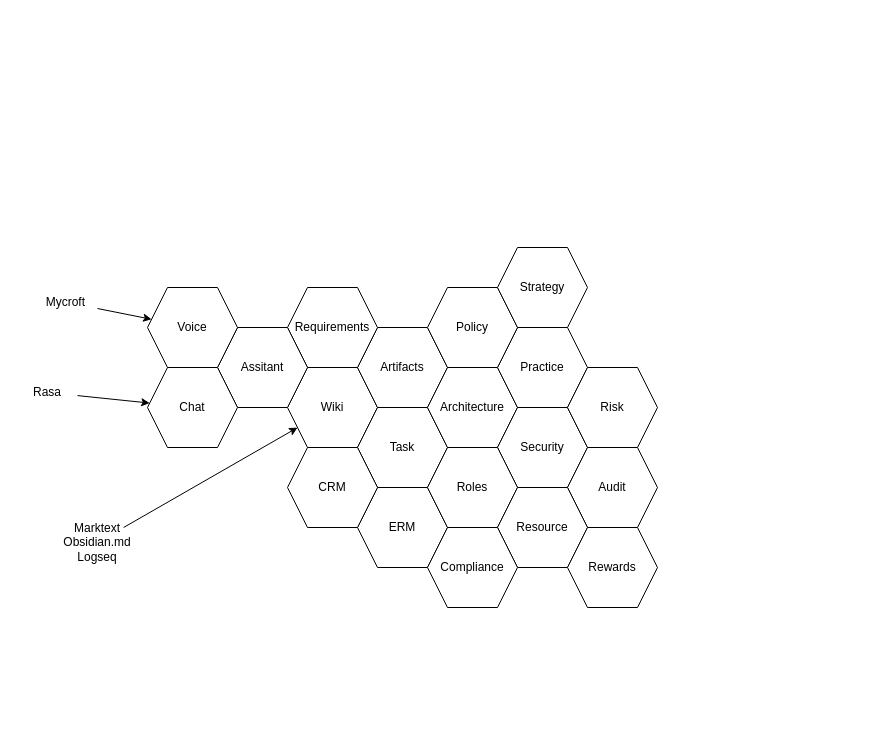
Earlier version of the draw.io diagram page "Current State" (2 of 2) of _gxp/diagrams/GXP-Experiences.drawio (governance-foundation/governance.foundation). Source tidied: cells renumbered, new cells numbered last; positions are measured from the earlier drawing's top-left corner, leaving out a move shared by most shapes. Both pictures are drawn from the tidied source at 100%, with x=0, y=0 at pixel (17, 247).
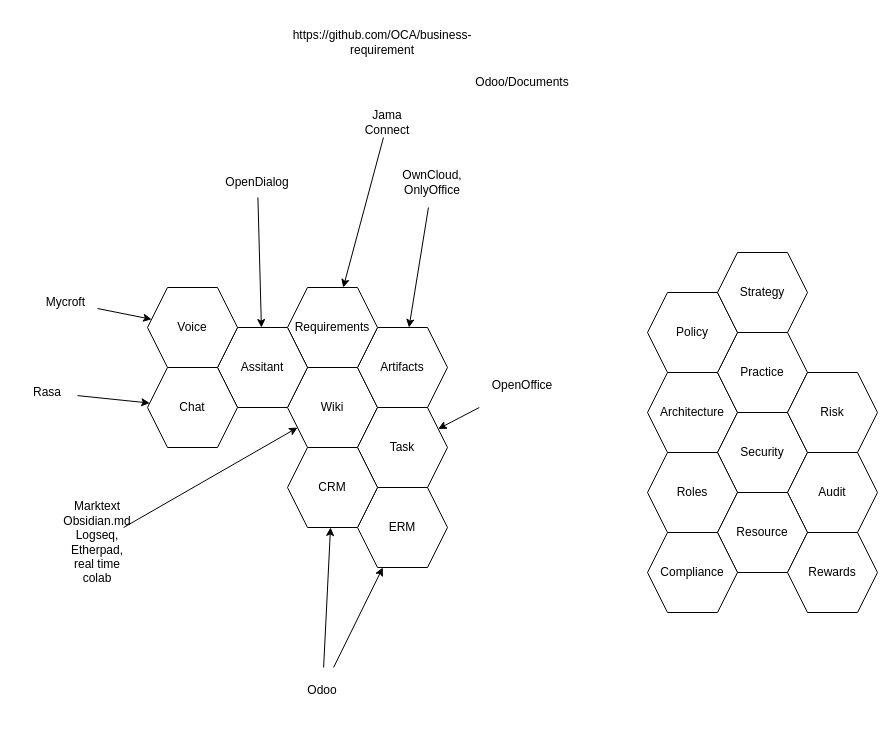
After the change.

Unchanged cells that the change refers to:
```xml
<mxCell id="3" value="Task" style="shape=hexagon;perimeter=hexagonPerimeter2;whiteSpace=wrap;html=1;fixedSize=1;" parent="1" vertex="1">
  <mxGeometry x="340" y="160" width="90" height="80" as="geometry" />
</mxCell>
<mxCell id="4" value="Artifacts" style="shape=hexagon;perimeter=hexagonPerimeter2;whiteSpace=wrap;html=1;fixedSize=1;" parent="1" vertex="1">
  <mxGeometry x="340" y="80" width="90" height="80" as="geometry" />
</mxCell>
<mxCell id="7" value="ERM" style="shape=hexagon;perimeter=hexagonPerimeter2;whiteSpace=wrap;html=1;fixedSize=1;" parent="1" vertex="1">
  <mxGeometry x="340" y="240" width="90" height="80" as="geometry" />
</mxCell>
<mxCell id="8" value="CRM" style="shape=hexagon;perimeter=hexagonPerimeter2;whiteSpace=wrap;html=1;fixedSize=1;" parent="1" vertex="1">
  <mxGeometry x="270" y="200" width="90" height="80" as="geometry" />
</mxCell>
<mxCell id="17" value="Requirements" style="shape=hexagon;perimeter=hexagonPerimeter2;whiteSpace=wrap;html=1;fixedSize=1;" parent="1" vertex="1">
  <mxGeometry x="270" y="40" width="90" height="80" as="geometry" />
</mxCell>
<mxCell id="19" value="Assitant" style="shape=hexagon;perimeter=hexagonPerimeter2;whiteSpace=wrap;html=1;fixedSize=1;" parent="1" vertex="1">
  <mxGeometry x="200" y="80" width="90" height="80" as="geometry" />
</mxCell>
```

What changed in the source:
```diff
@@
     <mxCell id="5" value="Architecture" style="shape=hexagon;perimeter=hexagonPerimeter2;whiteSpace=wrap;html=1;fixedSize=1;" parent="1" vertex="1">
-      <mxGeometry x="410" y="120" width="90" height="80" as="geometry" />
+      <mxGeometry x="630" y="125" width="90" height="80" as="geometry" />
     </mxCell>
     <mxCell id="6" value="Security" style="shape=hexagon;perimeter=hexagonPerimeter2;whiteSpace=wrap;html=1;fixedSize=1;" parent="1" vertex="1">
-      <mxGeometry x="480" y="160" width="90" height="80" as="geometry" />
+      <mxGeometry x="700" y="165" width="90" height="80" as="geometry" />
     </mxCell>
@@
     <mxCell id="9" value="Roles" style="shape=hexagon;perimeter=hexagonPerimeter2;whiteSpace=wrap;html=1;fixedSize=1;" parent="1" vertex="1">
-      <mxGeometry x="410" y="200" width="90" height="80" as="geometry" />
+      <mxGeometry x="630" y="205" width="90" height="80" as="geometry" />
     </mxCell>
     <mxCell id="10" value="Audit" style="shape=hexagon;perimeter=hexagonPerimeter2;whiteSpace=wrap;html=1;fixedSize=1;" parent="1" vertex="1">
-      <mxGeometry x="550" y="200" width="90" height="80" as="geometry" />
+      <mxGeometry x="770" y="205" width="90" height="80" as="geometry" />
     </mxCell>
     <mxCell id="11" value="Resource" style="shape=hexagon;perimeter=hexagonPerimeter2;whiteSpace=wrap;html=1;fixedSize=1;" parent="1" vertex="1">
-      <mxGeometry x="480" y="240" width="90" height="80" as="geometry" />
+      <mxGeometry x="700" y="245" width="90" height="80" as="geometry" />
     </mxCell>
     <mxCell id="12" value="Practice" style="shape=hexagon;perimeter=hexagonPerimeter2;whiteSpace=wrap;html=1;fixedSize=1;" parent="1" vertex="1">
-      <mxGeometry x="480" y="80" width="90" height="80" as="geometry" />
+      <mxGeometry x="700" y="85" width="90" height="80" as="geometry" />
     </mxCell>
     <mxCell id="13" value="Policy" style="shape=hexagon;perimeter=hexagonPerimeter2;whiteSpace=wrap;html=1;fixedSize=1;" parent="1" vertex="1">
-      <mxGeometry x="410" y="40" width="90" height="80" as="geometry" />
+      <mxGeometry x="630" y="45" width="90" height="80" as="geometry" />
     </mxCell>
     <mxCell id="14" value="Compliance" style="shape=hexagon;perimeter=hexagonPerimeter2;whiteSpace=wrap;html=1;fixedSize=1;" parent="1" vertex="1">
-      <mxGeometry x="410" y="280" width="90" height="80" as="geometry" />
+      <mxGeometry x="630" y="285" width="90" height="80" as="geometry" />
     </mxCell>
     <mxCell id="15" value="Rewards" style="shape=hexagon;perimeter=hexagonPerimeter2;whiteSpace=wrap;html=1;fixedSize=1;" parent="1" vertex="1">
-      <mxGeometry x="550" y="280" width="90" height="80" as="geometry" />
+      <mxGeometry x="770" y="285" width="90" height="80" as="geometry" />
     </mxCell>
     <mxCell id="16" value="Risk" style="shape=hexagon;perimeter=hexagonPerimeter2;whiteSpace=wrap;html=1;fixedSize=1;" parent="1" vertex="1">
-      <mxGeometry x="550" y="120" width="90" height="80" as="geometry" />
+      <mxGeometry x="770" y="125" width="90" height="80" as="geometry" />
     </mxCell>
@@
     <mxCell id="18" value="Strategy" style="shape=hexagon;perimeter=hexagonPerimeter2;whiteSpace=wrap;html=1;fixedSize=1;" parent="1" vertex="1">
-      <mxGeometry x="480" width="90" height="80" as="geometry" />
+      <mxGeometry x="700" y="5" width="90" height="80" as="geometry" />
     </mxCell>
@@
-    <mxCell id="25" value="Marktext&lt;br&gt;Obsidian.md&lt;br&gt;Logseq&lt;br&gt;" style="text;html=1;strokeColor=none;fillColor=none;align=center;verticalAlign=middle;whiteSpace=wrap;rounded=0;" parent="1" vertex="1">
+    <mxCell id="25" value="Marktext&lt;br&gt;Obsidian.md&lt;br&gt;Logseq, Etherpad,&lt;br&gt;real time colab" style="text;html=1;strokeColor=none;fillColor=none;align=center;verticalAlign=middle;whiteSpace=wrap;rounded=0;" parent="1" vertex="1">
       <mxGeometry x="50" y="280" width="60" height="30" as="geometry" />
     </mxCell>
@@
+    <mxCell id="28" style="rounded=0;jettySize=auto;html=1;" parent="1" edge="1" source="29" target="19">
+      <mxGeometry relative="1" as="geometry" />
+    </mxCell>
+    <mxCell id="29" value="OpenDialog" style="text;html=1;strokeColor=none;fillColor=none;align=center;verticalAlign=middle;whiteSpace=wrap;rounded=0;" parent="1" vertex="1">
+      <mxGeometry x="210" y="-80" width="60" height="30" as="geometry" />
+    </mxCell>
+    <mxCell id="30" style="edgeStyle=none;rounded=0;jettySize=auto;html=1;" parent="1" edge="1" source="31" target="17">
+      <mxGeometry relative="1" as="geometry" />
+    </mxCell>
+    <mxCell id="31" value="Jama Connect" style="text;html=1;strokeColor=none;fillColor=none;align=center;verticalAlign=middle;whiteSpace=wrap;rounded=0;" parent="1" vertex="1">
+      <mxGeometry x="340" y="-140" width="60" height="30" as="geometry" />
+    </mxCell>
+    <mxCell id="32" style="edgeStyle=none;rounded=0;jettySize=auto;html=1;" parent="1" edge="1" source="33" target="4">
+      <mxGeometry relative="1" as="geometry" />
+    </mxCell>
+    <mxCell id="33" value="OwnCloud,&lt;br&gt;OnlyOffice" style="text;html=1;strokeColor=none;fillColor=none;align=center;verticalAlign=middle;whiteSpace=wrap;rounded=0;" parent="1" vertex="1">
+      <mxGeometry x="340" y="-90" width="150" height="50" as="geometry" />
+    </mxCell>
+    <mxCell id="34" style="rounded=0;jettySize=auto;html=1;" parent="1" edge="1" source="35" target="3">
+      <mxGeometry relative="1" as="geometry" />
+    </mxCell>
+    <mxCell id="35" value="OpenOffice" style="text;html=1;strokeColor=none;fillColor=none;align=center;verticalAlign=middle;whiteSpace=wrap;rounded=0;" parent="1" vertex="1">
+      <mxGeometry x="460" y="115" width="90" height="45" as="geometry" />
+    </mxCell>
+    <mxCell id="36" value="Odoo/Documents" style="text;html=1;strokeColor=none;fillColor=none;align=center;verticalAlign=middle;whiteSpace=wrap;rounded=0;" parent="1" vertex="1">
+      <mxGeometry x="430" y="-190" width="150" height="50" as="geometry" />
+    </mxCell>
+    <mxCell id="37" value="https://github.com/OCA/business-requirement" style="text;html=1;strokeColor=none;fillColor=none;align=center;verticalAlign=middle;whiteSpace=wrap;rounded=0;" parent="1" vertex="1">
+      <mxGeometry x="290" y="-230" width="150" height="50" as="geometry" />
+    </mxCell>
+    <mxCell id="38" style="edgeStyle=none;rounded=0;jettySize=auto;html=1;" parent="1" edge="1" source="40" target="7">
+      <mxGeometry relative="1" as="geometry" />
+    </mxCell>
+    <mxCell id="39" style="edgeStyle=none;rounded=0;jettySize=auto;html=1;" parent="1" edge="1" source="40" target="8">
+      <mxGeometry relative="1" as="geometry" />
+    </mxCell>
+    <mxCell id="40" value="Odoo" style="text;html=1;strokeColor=none;fillColor=none;align=center;verticalAlign=middle;whiteSpace=wrap;rounded=0;" parent="1" vertex="1">
+      <mxGeometry x="260" y="420" width="90" height="45" as="geometry" />
+    </mxCell>
```
